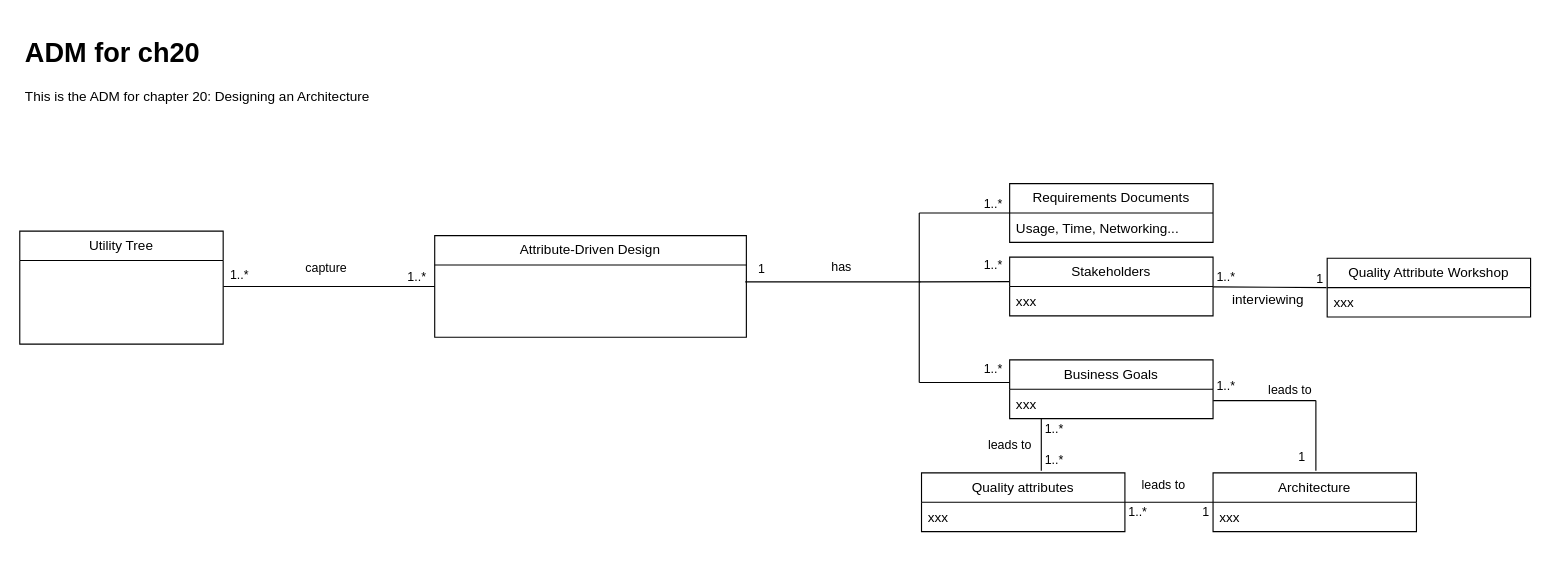
Earlier version of the draw.io diagram Documentation/DomainModel/ch20.drawio (dhruwanga19/4471_Group14_ProjectDocumentation). Source tidied: cells renumbered, new cells numbered last; positions are measured from the earlier drawing's top-left corner, leaving out a move shared by most shapes. Both pictures are drawn from the tidied source at 113%, with x=0, y=0 at pixel (19, 31).
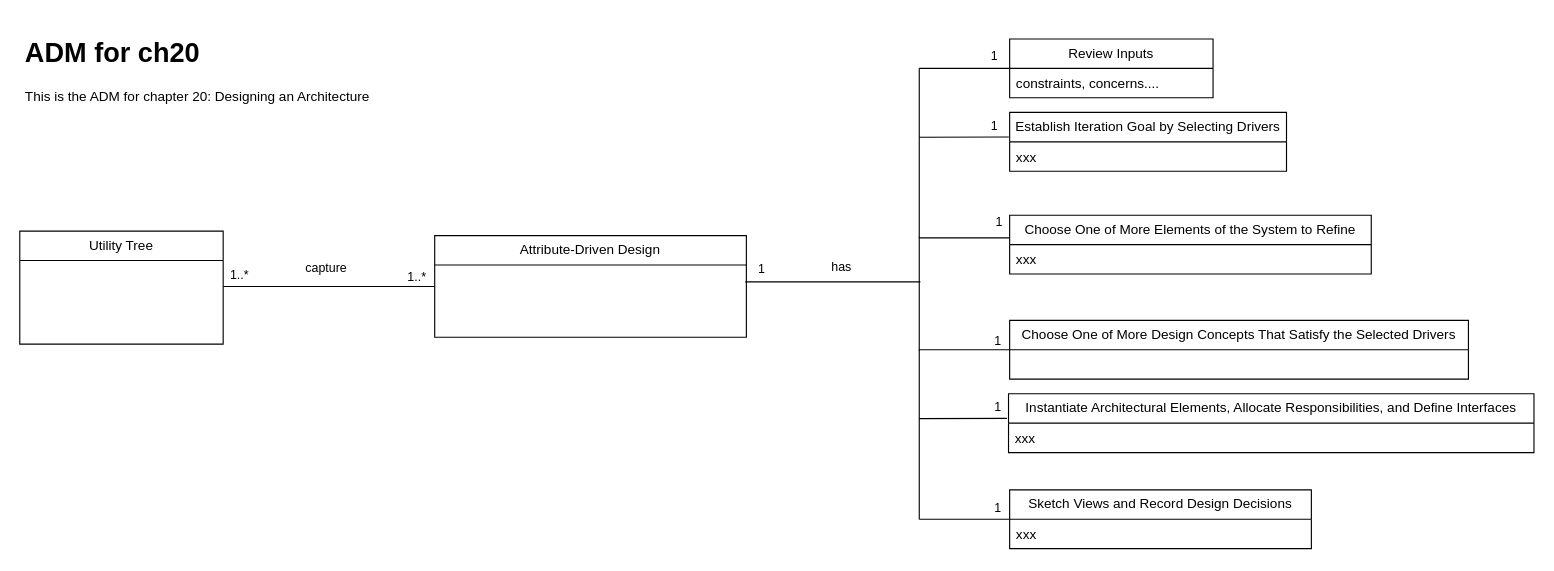
Above is the later version.

Change to the diagram source:
```diff
@@
     <mxCell id="8" style="endArrow=none;html=1;rounded=0;" parent="1" edge="1">
       <mxGeometry relative="1" as="geometry">
-        <mxPoint x="796" y="311" as="sourcePoint" />
-        <mxPoint x="796" y="161" as="targetPoint" />
+        <mxPoint x="796" y="432" as="sourcePoint" />
+        <mxPoint x="796" y="282" as="targetPoint" />
       </mxGeometry>
     </mxCell>
     <mxCell id="9" style="endArrow=none;html=1;rounded=0;" parent="1" edge="1">
       <mxGeometry relative="1" as="geometry">
-        <mxPoint x="796" y="161" as="sourcePoint" />
-        <mxPoint x="876" y="161" as="targetPoint" />
+        <mxPoint x="796" y="282" as="sourcePoint" />
+        <mxPoint x="876" y="282" as="targetPoint" />
       </mxGeometry>
     </mxCell>
-    <mxCell id="10" value="Requirements Documents" style="swimlane;fontStyle=0;horizontal=1;startSize=26;fillColor=none;whiteSpace=wrap;html=1;" parent="1" vertex="1">
-      <mxGeometry x="876" y="135" width="180" height="52" as="geometry" />
+    <mxCell id="10" value="Choose One of More Design Concepts That Satisfy the Selected Drivers" style="swimlane;fontStyle=0;horizontal=1;startSize=26;fillColor=none;whiteSpace=wrap;html=1;" parent="1" vertex="1">
+      <mxGeometry x="876" y="256" width="406" height="52" as="geometry" />
     </mxCell>
-    <mxCell id="11" value="Usage, Time, Networking..." style="text;strokeColor=none;fillColor=none;align=left;verticalAlign=top;spacingLeft=4;spacingRight=4;overflow=hidden;whiteSpace=wrap;html=1;" parent="10" vertex="1">
-      <mxGeometry y="26" width="180" height="26" as="geometry" />
-    </mxCell>
     <mxCell id="12" style="endArrow=none;html=1;rounded=0;" parent="1" edge="1">
       <mxGeometry relative="1" as="geometry">
-        <mxPoint x="796" y="311" as="sourcePoint" />
-        <mxPoint x="876" y="311" as="targetPoint" />
+        <mxPoint x="796" y="432" as="sourcePoint" />
+        <mxPoint x="876" y="432" as="targetPoint" />
       </mxGeometry>
     </mxCell>
-    <mxCell id="13" value="Business Goals" style="swimlane;fontStyle=0;horizontal=1;startSize=26;fillColor=none;whiteSpace=wrap;html=1;" parent="1" vertex="1">
-      <mxGeometry x="876" y="291" width="180" height="52" as="geometry" />
+    <mxCell id="13" value="Sketch Views and Record Design Decisions" style="swimlane;fontStyle=0;horizontal=1;startSize=26;fillColor=none;whiteSpace=wrap;html=1;" parent="1" vertex="1">
+      <mxGeometry x="876" y="406" width="267" height="52" as="geometry" />
     </mxCell>
     <mxCell id="14" value="xxx" style="text;strokeColor=none;fillColor=none;align=left;verticalAlign=top;spacingLeft=4;spacingRight=4;overflow=hidden;points=[[0,0.5],[1,0.5]];portConstraint=eastwest;whiteSpace=wrap;html=1;" parent="13" vertex="1">
-      <mxGeometry y="26" width="180" height="26" as="geometry" />
+      <mxGeometry y="26" width="267" height="26" as="geometry" />
     </mxCell>
@@
-    <mxCell id="18" value="Stakeholders" style="swimlane;fontStyle=0;horizontal=1;startSize=26;fillColor=none;whiteSpace=wrap;html=1;" parent="1" vertex="1">
-      <mxGeometry x="876" y="200" width="180" height="52" as="geometry" />
+    <mxCell id="18" value="Instantiate Architectural Elements, Allocate Responsibilities, and Define Interfaces" style="swimlane;fontStyle=0;horizontal=1;startSize=26;fillColor=none;whiteSpace=wrap;html=1;" parent="1" vertex="1">
+      <mxGeometry x="875" y="321" width="465" height="52" as="geometry" />
     </mxCell>
     <mxCell id="19" value="xxx" style="text;strokeColor=none;fillColor=none;align=left;verticalAlign=top;spacingLeft=4;spacingRight=4;overflow=hidden;whiteSpace=wrap;html=1;" parent="18" vertex="1">
-      <mxGeometry y="26" width="180" height="26" as="geometry" />
+      <mxGeometry y="26" width="465" height="26" as="geometry" />
     </mxCell>
-    <mxCell id="20" value="1..*" style="edgeLabel;html=1;align=right;verticalAlign=bottom;" parent="1" vertex="1">
-      <mxGeometry x="870" y="307" as="geometry" />
-    </mxCell>
     <mxCell id="21" style="endArrow=none;html=1;rounded=0;entryX=-0.003;entryY=0.418;entryDx=0;entryDy=0;entryPerimeter=0;" parent="1" edge="1" target="18">
       <mxGeometry relative="1" as="geometry">
-        <mxPoint x="796" y="222" as="sourcePoint" />
+        <mxPoint x="796" y="343" as="sourcePoint" />
       </mxGeometry>
     </mxCell>
-    <mxCell id="22" value="1..*" style="edgeLabel;html=1;align=right;verticalAlign=bottom;" parent="1" vertex="1">
-      <mxGeometry x="870" y="215" as="geometry" />
-    </mxCell>
-    <mxCell id="23" value="1..*" style="edgeLabel;html=1;align=right;verticalAlign=bottom;" parent="1" vertex="1">
-      <mxGeometry x="870" y="161" as="geometry" />
-    </mxCell>
-    <mxCell id="24" value="Quality Attribute Workshop" style="swimlane;fontStyle=0;horizontal=1;startSize=26;fillColor=none;whiteSpace=wrap;html=1;" parent="1" vertex="1">
-      <mxGeometry x="1157" y="201" width="180" height="52" as="geometry" />
-    </mxCell>
-    <mxCell id="25" value="xxx" style="text;strokeColor=none;fillColor=none;align=left;verticalAlign=top;spacingLeft=4;spacingRight=4;overflow=hidden;whiteSpace=wrap;html=1;" parent="24" vertex="1">
-      <mxGeometry y="26" width="180" height="26" as="geometry" />
-    </mxCell>
-    <mxCell id="26" value="1" style="edgeLabel;html=1;align=right;verticalAlign=bottom;" parent="1" vertex="1">
-      <mxGeometry x="1154" y="227" as="geometry" />
-    </mxCell>
-    <mxCell id="27" style="endArrow=none;html=1;rounded=0;entryX=-0.003;entryY=0.5;entryDx=0;entryDy=0;entryPerimeter=0;exitX=1.006;exitY=0.093;exitDx=0;exitDy=0;exitPerimeter=0;" parent="1" edge="1" target="24">
-      <mxGeometry relative="1" as="geometry">
-        <mxPoint x="1056.1" y="226.4" as="sourcePoint" />
-      </mxGeometry>
-    </mxCell>
-    <mxCell id="28" value="1..*" style="edgeLabel;html=1;align=right;verticalAlign=bottom;" parent="1" vertex="1">
-      <mxGeometry x="1076" y="226" as="geometry" />
-    </mxCell>
-    <mxCell id="29" value="interviewing" style="text;html=1;strokeColor=none;fillColor=none;align=center;verticalAlign=middle;whiteSpace=wrap;rounded=0;" parent="1" vertex="1">
-      <mxGeometry x="1072" y="231" width="66" height="13" as="geometry" />
-    </mxCell>
-    <mxCell id="30" style="endArrow=none;html=1;rounded=0;" parent="1" edge="1">
-      <mxGeometry relative="1" as="geometry">
-        <mxPoint x="904" y="389" as="sourcePoint" />
-        <mxPoint x="904" y="343" as="targetPoint" />
-      </mxGeometry>
-    </mxCell>
-    <mxCell id="31" value="leads to" style="edgeLabel;html=1;align=center;verticalAlign=middle;" parent="1" vertex="1">
-      <mxGeometry x="906" y="307" as="geometry">
-        <mxPoint x="-31" y="58" as="offset" />
-      </mxGeometry>
-    </mxCell>
-    <mxCell id="32" value="Quality attributes" style="swimlane;fontStyle=0;horizontal=1;startSize=26;fillColor=none;whiteSpace=wrap;html=1;" parent="1" vertex="1">
-      <mxGeometry x="798" y="391" width="180" height="52" as="geometry" />
-    </mxCell>
-    <mxCell id="33" value="xxx" style="text;strokeColor=none;fillColor=none;align=left;verticalAlign=top;spacingLeft=4;spacingRight=4;overflow=hidden;whiteSpace=wrap;html=1;" parent="32" vertex="1">
-      <mxGeometry y="26" width="180" height="26" as="geometry" />
-    </mxCell>
-    <mxCell id="34" value="1..*" style="edgeLabel;html=1;align=right;verticalAlign=bottom;" parent="1" vertex="1">
-      <mxGeometry x="924" y="360" as="geometry" />
-    </mxCell>
-    <mxCell id="35" value="1..*" style="edgeLabel;html=1;align=right;verticalAlign=bottom;" parent="1" vertex="1">
-      <mxGeometry x="924" y="388" as="geometry" />
-    </mxCell>
-    <mxCell id="36" style="endArrow=none;html=1;rounded=0;" parent="1" edge="1">
-      <mxGeometry relative="1" as="geometry">
-        <mxPoint x="1147" y="389" as="sourcePoint" />
-        <mxPoint x="1147" y="327" as="targetPoint" />
-      </mxGeometry>
-    </mxCell>
-    <mxCell id="37" value="Architecture" style="swimlane;fontStyle=0;horizontal=1;startSize=26;fillColor=none;whiteSpace=wrap;html=1;" parent="1" vertex="1">
-      <mxGeometry x="1056" y="391" width="180" height="52" as="geometry" />
-    </mxCell>
-    <mxCell id="38" value="xxx" style="text;strokeColor=none;fillColor=none;align=left;verticalAlign=top;spacingLeft=4;spacingRight=4;overflow=hidden;whiteSpace=wrap;html=1;" parent="37" vertex="1">
-      <mxGeometry y="26" width="180" height="26" as="geometry" />
-    </mxCell>
-    <mxCell id="39" value="1..*" style="edgeLabel;html=1;align=right;verticalAlign=bottom;" parent="1" vertex="1">
-      <mxGeometry x="1076" y="322" as="geometry" />
-    </mxCell>
-    <mxCell id="40" value="1" style="edgeLabel;html=1;align=right;verticalAlign=bottom;" parent="1" vertex="1">
-      <mxGeometry x="1138" y="385" as="geometry" />
-    </mxCell>
-    <mxCell id="41" style="endArrow=none;html=1;rounded=0;exitX=1.001;exitY=0.386;exitDx=0;exitDy=0;exitPerimeter=0;" parent="1" edge="1" source="14">
-      <mxGeometry relative="1" as="geometry">
-        <mxPoint x="1147" y="327" as="targetPoint" />
-      </mxGeometry>
-    </mxCell>
-    <mxCell id="42" value="leads to" style="edgeLabel;html=1;align=center;verticalAlign=middle;" parent="1" vertex="1">
-      <mxGeometry x="1154" y="259" as="geometry">
-        <mxPoint x="-31" y="58" as="offset" />
-      </mxGeometry>
-    </mxCell>
-    <mxCell id="43" style="endArrow=none;html=1;rounded=0;exitX=1;exitY=0.5;exitDx=0;exitDy=0;" parent="1" edge="1" source="32">
-      <mxGeometry relative="1" as="geometry">
-        <mxPoint x="1056" y="417" as="targetPoint" />
-      </mxGeometry>
-    </mxCell>
-    <mxCell id="44" value="leads to" style="edgeLabel;html=1;align=center;verticalAlign=middle;" parent="1" vertex="1">
-      <mxGeometry x="1042" y="343" as="geometry">
-        <mxPoint x="-31" y="58" as="offset" />
-      </mxGeometry>
-    </mxCell>
-    <mxCell id="45" value="1" style="edgeLabel;html=1;align=right;verticalAlign=bottom;" parent="1" vertex="1">
-      <mxGeometry x="1053" y="434" as="geometry" />
-    </mxCell>
-    <mxCell id="46" value="1..*" style="edgeLabel;html=1;align=right;verticalAlign=bottom;" parent="1" vertex="1">
-      <mxGeometry x="998" y="434" as="geometry" />
-    </mxCell>
@@
+    <mxCell id="48" style="endArrow=none;html=1;rounded=0;" parent="1" edge="1">
+      <mxGeometry relative="1" as="geometry">
+        <mxPoint x="796" y="183" as="sourcePoint" />
+        <mxPoint x="796" y="33" as="targetPoint" />
+      </mxGeometry>
+    </mxCell>
+    <mxCell id="49" style="endArrow=none;html=1;rounded=0;" parent="1" edge="1">
+      <mxGeometry relative="1" as="geometry">
+        <mxPoint x="796" y="33" as="sourcePoint" />
+        <mxPoint x="876" y="33" as="targetPoint" />
+      </mxGeometry>
+    </mxCell>
+    <mxCell id="50" value="Review Inputs" style="swimlane;fontStyle=0;horizontal=1;startSize=26;fillColor=none;whiteSpace=wrap;html=1;" parent="1" vertex="1">
+      <mxGeometry x="876" y="7" width="180" height="52" as="geometry" />
+    </mxCell>
+    <mxCell id="51" value="constraints, concerns...." style="text;strokeColor=none;fillColor=none;align=left;verticalAlign=top;spacingLeft=4;spacingRight=4;overflow=hidden;whiteSpace=wrap;html=1;" parent="50" vertex="1">
+      <mxGeometry y="26" width="180" height="26" as="geometry" />
+    </mxCell>
+    <mxCell id="52" style="endArrow=none;html=1;rounded=0;" parent="1" edge="1">
+      <mxGeometry relative="1" as="geometry">
+        <mxPoint x="796" y="183" as="sourcePoint" />
+        <mxPoint x="876" y="183" as="targetPoint" />
+      </mxGeometry>
+    </mxCell>
+    <mxCell id="53" value="Choose One of More Elements of the System to Refine" style="swimlane;fontStyle=0;horizontal=1;startSize=26;fillColor=none;whiteSpace=wrap;html=1;" parent="1" vertex="1">
+      <mxGeometry x="876" y="163" width="320" height="52" as="geometry" />
+    </mxCell>
+    <mxCell id="54" value="xxx" style="text;strokeColor=none;fillColor=none;align=left;verticalAlign=top;spacingLeft=4;spacingRight=4;overflow=hidden;whiteSpace=wrap;html=1;" parent="53" vertex="1">
+      <mxGeometry y="26" width="320" height="26" as="geometry" />
+    </mxCell>
+    <mxCell id="55" value="Establish Iteration Goal by Selecting Drivers" style="swimlane;fontStyle=0;horizontal=1;startSize=26;fillColor=none;whiteSpace=wrap;html=1;" parent="1" vertex="1">
+      <mxGeometry x="876" y="72" width="245" height="52" as="geometry" />
+    </mxCell>
+    <mxCell id="56" value="xxx" style="text;strokeColor=none;fillColor=none;align=left;verticalAlign=top;spacingLeft=4;spacingRight=4;overflow=hidden;whiteSpace=wrap;html=1;" parent="55" vertex="1">
+      <mxGeometry y="26" width="245" height="26" as="geometry" />
+    </mxCell>
+    <mxCell id="57" style="endArrow=none;html=1;rounded=0;entryX=-0.003;entryY=0.418;entryDx=0;entryDy=0;entryPerimeter=0;" parent="1" edge="1" target="55">
+      <mxGeometry relative="1" as="geometry">
+        <mxPoint x="796" y="94" as="sourcePoint" />
+      </mxGeometry>
+    </mxCell>
+    <mxCell id="58" style="endArrow=none;html=1;rounded=0;" parent="1" edge="1">
+      <mxGeometry relative="1" as="geometry">
+        <mxPoint x="796" y="283" as="sourcePoint" />
+        <mxPoint x="796" y="182" as="targetPoint" />
+      </mxGeometry>
+    </mxCell>
+    <mxCell id="59" value="1" style="edgeLabel;html=1;align=right;verticalAlign=bottom;" parent="1" vertex="1">
+      <mxGeometry x="866" y="30" as="geometry" />
+    </mxCell>
+    <mxCell id="60" value="1" style="edgeLabel;html=1;align=right;verticalAlign=bottom;" parent="1" vertex="1">
+      <mxGeometry x="866" y="92" as="geometry" />
+    </mxCell>
+    <mxCell id="61" value="1" style="edgeLabel;html=1;align=right;verticalAlign=bottom;" parent="1" vertex="1">
+      <mxGeometry x="870" y="177" as="geometry" />
+    </mxCell>
+    <mxCell id="62" value="1" style="edgeLabel;html=1;align=right;verticalAlign=bottom;" parent="1" vertex="1">
+      <mxGeometry x="869" y="282" as="geometry" />
+    </mxCell>
+    <mxCell id="63" value="1" style="edgeLabel;html=1;align=right;verticalAlign=bottom;" parent="1" vertex="1">
+      <mxGeometry x="869" y="341" as="geometry" />
+    </mxCell>
+    <mxCell id="64" value="1" style="edgeLabel;html=1;align=right;verticalAlign=bottom;" parent="1" vertex="1">
+      <mxGeometry x="891" y="380" as="geometry">
+        <mxPoint x="-22" y="50" as="offset" />
+      </mxGeometry>
+    </mxCell>
```
